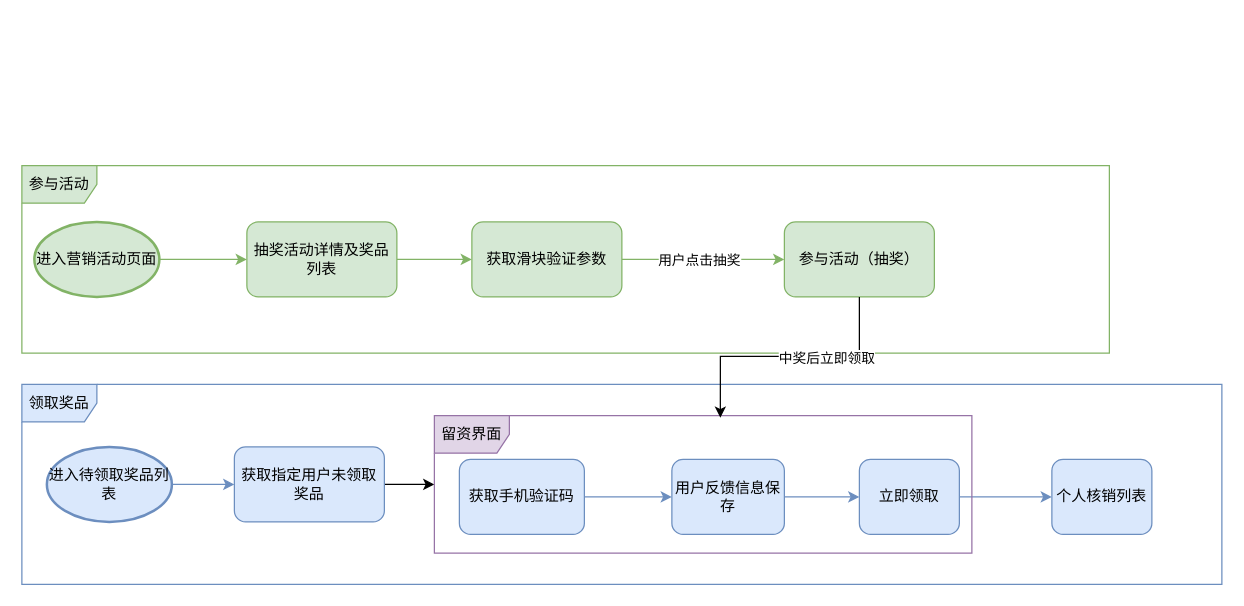
The draw.io diagram page "活动流程" (2 of 2) of 活动中心.drawio in juesuchen/diagrams, before the edit. Source tidied: cells renumbered, new cells numbered last; positions are measured from the earlier drawing's top-left corner, leaving out a move shared by most shapes. Both pictures are drawn from the tidied source at 125%, with x=0, y=0 at pixel (21, 165).
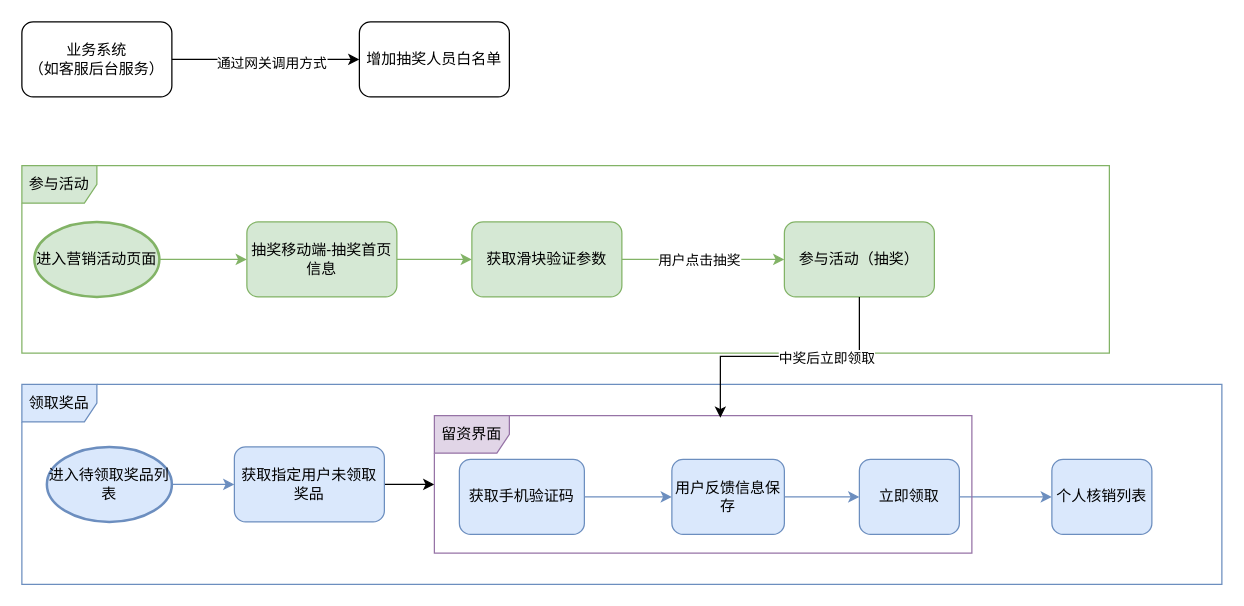
The same diagram, later.

Commit message:
更新活动中心.drawio

The edit, as a diff of the source:
```diff
@@
-    <mxCell id="3" value="抽奖活动详情及奖品列表" style="rounded=1;whiteSpace=wrap;html=1;fillColor=#d5e8d4;strokeColor=#82b366;" parent="1" vertex="1">
+    <mxCell id="3" value="抽奖移动端-抽奖首页信息" style="rounded=1;whiteSpace=wrap;html=1;fillColor=#d5e8d4;strokeColor=#82b366;" parent="1" vertex="1">
       <mxGeometry x="180" y="45" width="120" height="60" as="geometry" />
     </mxCell>
@@
+    <mxCell id="26" value="增加抽奖人员白名单" style="rounded=1;whiteSpace=wrap;html=1;" parent="1" vertex="1">
+      <mxGeometry x="270" y="-115" width="120" height="60" as="geometry" />
+    </mxCell>
+    <mxCell id="27" style="edgeStyle=orthogonalEdgeStyle;rounded=0;jettySize=auto;html=1;" parent="1" edge="1" source="29" target="26">
+      <mxGeometry relative="1" as="geometry" />
+    </mxCell>
+    <mxCell id="28" value="通过网关调用方式" style="edgeLabel;html=1;align=center;verticalAlign=middle;" parent="27" vertex="1">
+      <mxGeometry x="0.05" y="-2" relative="1" as="geometry" />
+    </mxCell>
+    <mxCell id="29" value="业务系统&lt;div&gt;（如客服后台服务）&lt;/div&gt;" style="rounded=1;whiteSpace=wrap;html=1;" parent="1" vertex="1">
+      <mxGeometry y="-115" width="120" height="60" as="geometry" />
+    </mxCell>
```
